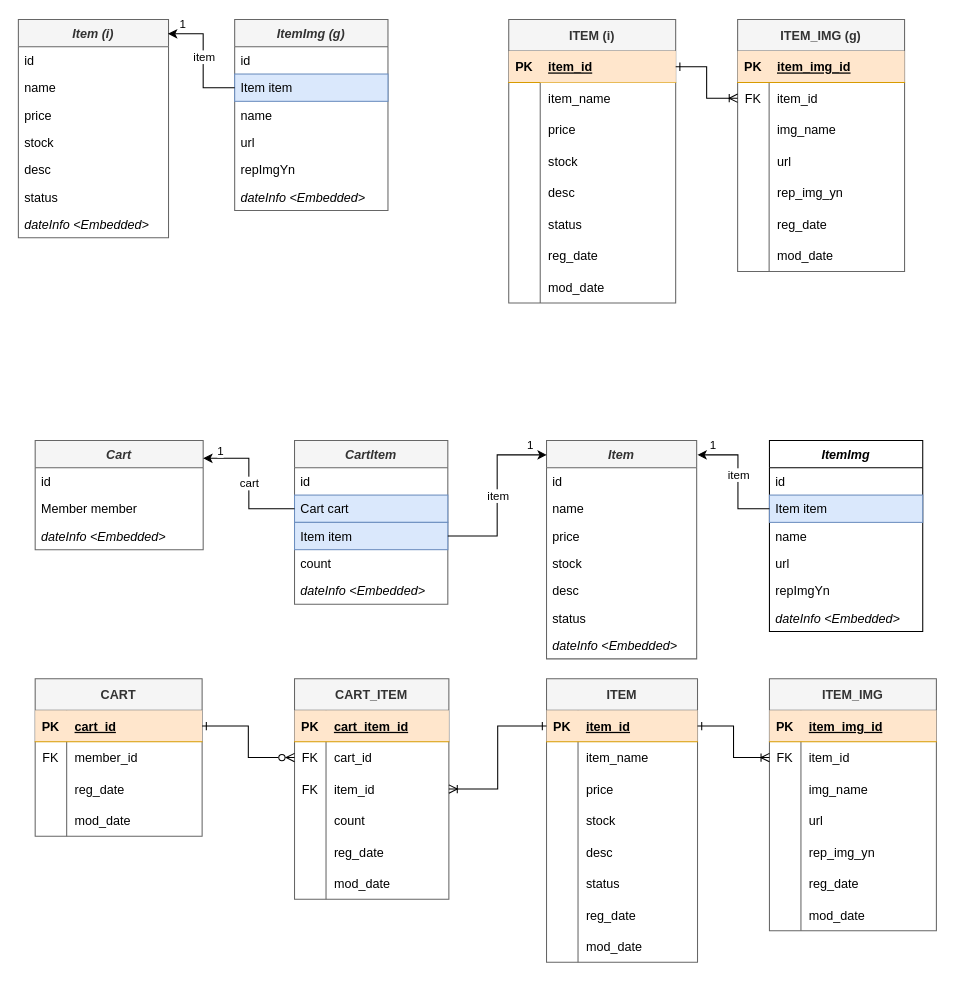
angelos81/jpa keeps this draw.io diagram as page "페이지-2" (2 of 2) of JPA_다이어그램.drawio. Above is the earlier version. Source tidied: cells renumbered, new cells numbered last; positions are measured from the earlier drawing's top-left corner, leaving out a move shared by most shapes. Both pictures are drawn from the tidied source at 105%, with x=0, y=0 at pixel (18, 19).
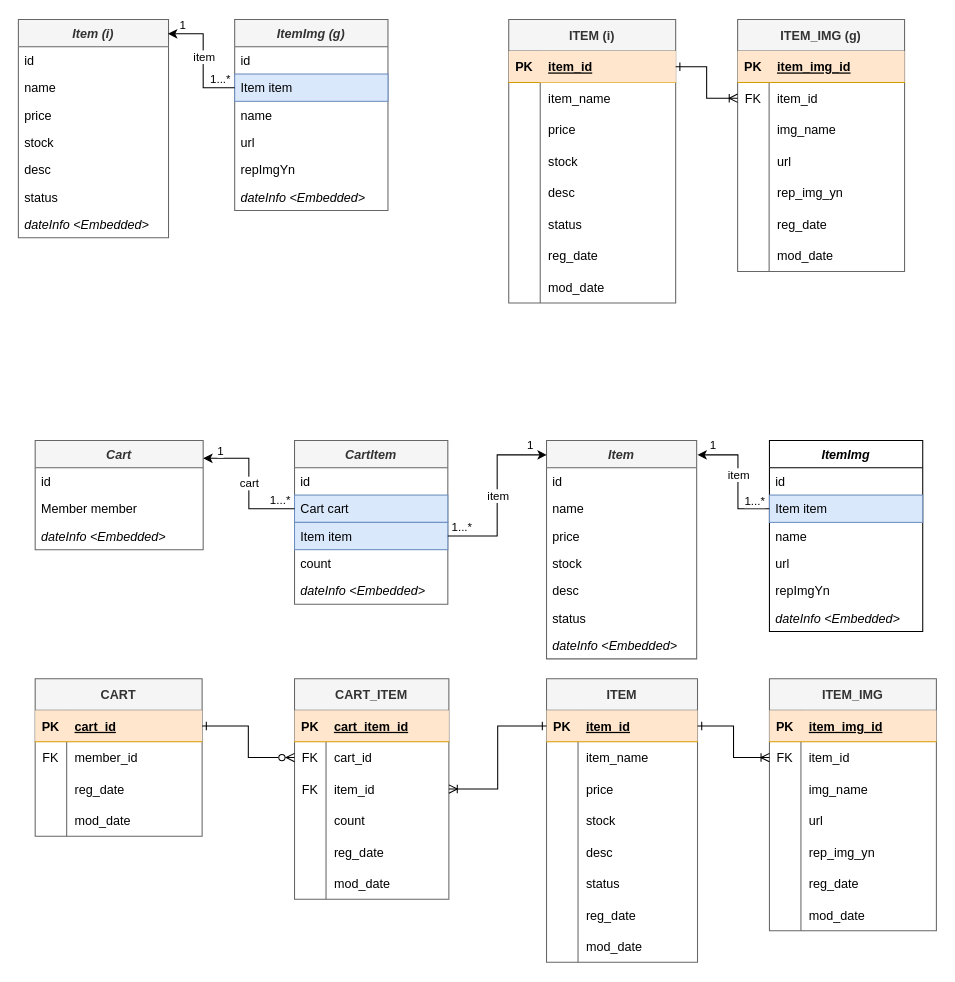
The same page after the edit.

The change refers to these unchanged cells:
```xml
<mxCell id="17" style="endArrow=classic;html=1;rounded=0;edgeStyle=orthogonalEdgeStyle;exitX=0;exitY=0.5;exitDx=0;exitDy=0;entryX=0.996;entryY=0.066;entryDx=0;entryDy=0;entryPerimeter=0;" parent="1" edge="1" source="12" target="2">
  <mxGeometry relative="1" as="geometry">
    <Array as="points">
      <mxPoint x="176" y="65" />
      <mxPoint x="176" y="14" />
    </Array>
  </mxGeometry>
</mxCell>
```

Change to the diagram source:
```diff
@@
     <mxCell id="19" value="1" style="edgeLabel;html=1;align=left;verticalAlign=bottom;" parent="17" vertex="1">
       <mxGeometry x="-1" relative="1" as="geometry">
-        <mxPoint x="-54" y="-52" as="offset" />
+        <mxPoint x="-54" y="-51" as="offset" />
       </mxGeometry>
     </mxCell>
@@
+    <mxCell id="184" value="1...*" style="edgeLabel;html=1;align=left;verticalAlign=bottom;" parent="1" vertex="1">
+      <mxGeometry x="181" y="65" as="geometry" />
+    </mxCell>
+    <mxCell id="185" value="1...*" style="edgeLabel;html=1;align=left;verticalAlign=bottom;" parent="1" vertex="1">
+      <mxGeometry x="238" y="466" as="geometry" />
+    </mxCell>
+    <mxCell id="186" value="1...*" style="edgeLabel;html=1;align=left;verticalAlign=bottom;" parent="1" vertex="1">
+      <mxGeometry x="646" y="130" as="geometry">
+        <mxPoint x="-235" y="362" as="offset" />
+      </mxGeometry>
+    </mxCell>
+    <mxCell id="187" value="1...*" style="edgeLabel;html=1;align=left;verticalAlign=bottom;" parent="1" vertex="1">
+      <mxGeometry x="690" y="467" as="geometry" />
+    </mxCell>
```
